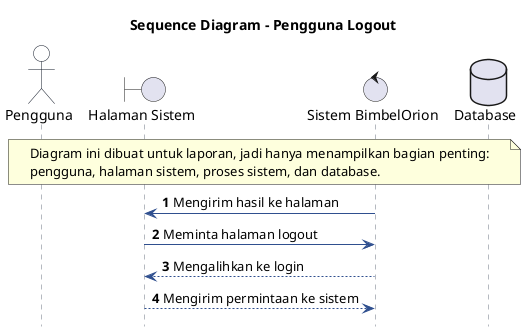
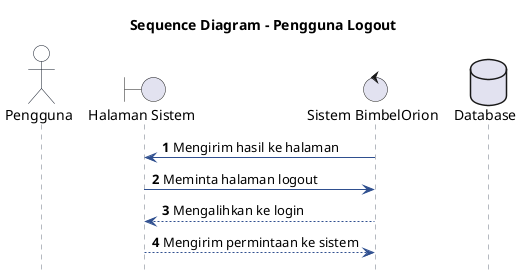
@startuml 04_sequence_pengguna_logout
title Sequence Diagram - Pengguna Logout
hide footbox
autonumber
skinparam shadowing false
skinparam sequence {
  ArrowColor #2F4F8F
  LifeLineBorderColor #6B7280
  LifeLineBackgroundColor #F9FAFB
  ParticipantBorderColor #2F4F8F
  ParticipantBackgroundColor #F8FBFF
  ActorBorderColor #111827
  ActorBackgroundColor #FFFFFF
  BoxBorderColor #CBD5E1
  BoxBackgroundColor #FFFFFF
}


actor "Pengguna" as Pengguna
boundary "Halaman Sistem" as Halaman
control "Sistem BimbelOrion" as Sistem
database "Database" as Database

- note over Pengguna,Database
- Diagram ini dibuat untuk laporan, jadi hanya menampilkan bagian penting:
- pengguna, halaman sistem, proses sistem, dan database.
- end note

Sistem -> Halaman: Mengirim hasil ke halaman
Halaman -> Sistem: Meminta halaman logout
Sistem --> Halaman: Mengalihkan ke login
Halaman --> Sistem: Mengirim permintaan ke sistem
@enduml
